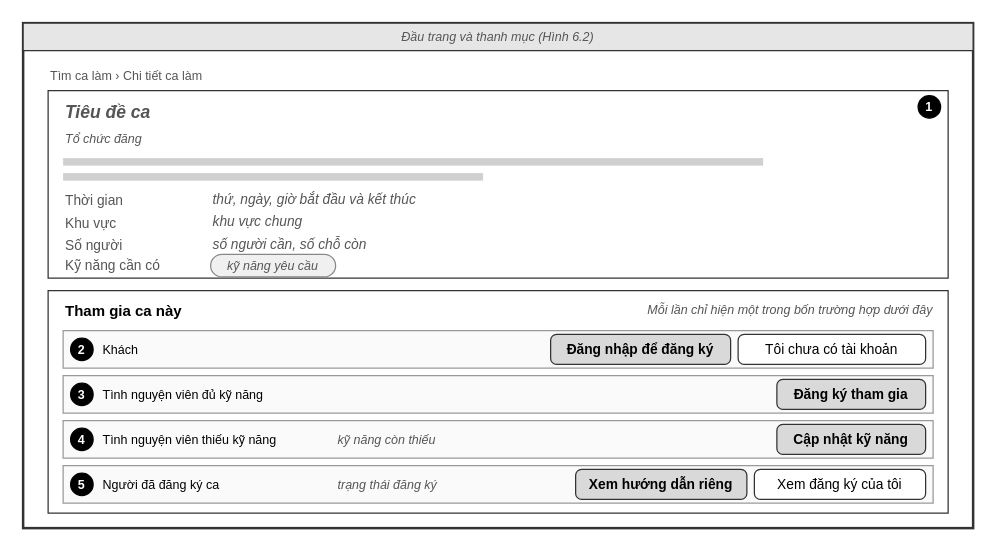
Above: docs/giao_dien/drawio/M03_Chi_tiet_ca_lam.drawio in kanishere55/OOSD_NenTangDieuPhoi_TNV (draw.io), before the change. Source tidied: cells renumbered, new cells numbered last; positions are measured from the earlier drawing's top-left corner, leaving out a move shared by most shapes. Both pictures are drawn from the tidied source at 125%, with x=0, y=0 at pixel (22, 22).
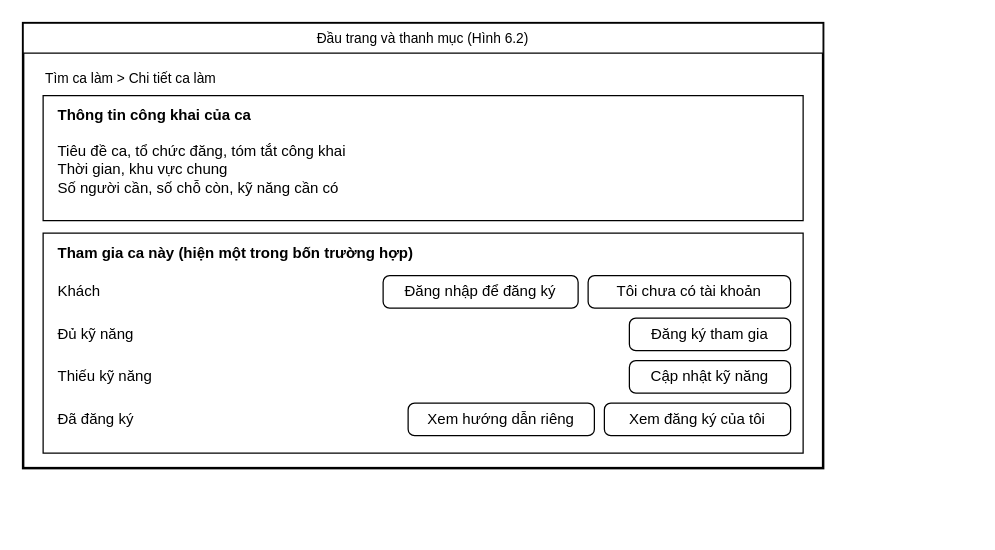
Above is the later version.

What changed in the source:
```diff
@@
-    <mxCell id="2" style="rounded=0;whiteSpace=wrap;html=1;fillColor=#ffffff;strokeColor=#333333;strokeWidth=2;" parent="1" vertex="1">
-      <mxGeometry width="760" height="404" as="geometry" />
+    <mxCell id="2" style="rounded=0;whiteSpace=wrap;html=1;fillColor=#ffffff;strokeColor=#000000;strokeWidth=2;" parent="1" vertex="1">
+      <mxGeometry width="640" height="356" as="geometry" />
     </mxCell>
-    <mxCell id="3" value="Đầu trang và thanh mục (Hình 6.2)" style="rounded=0;whiteSpace=wrap;html=1;fillColor=#e6e6e6;strokeColor=#333333;fontSize=10;fontStyle=2;fontColor=#555555;" parent="1" vertex="1">
-      <mxGeometry width="760" height="22" as="geometry" />
+    <mxCell id="3" value="Đầu trang và thanh mục (Hình 6.2)" style="rounded=0;whiteSpace=wrap;html=1;fillColor=#ffffff;strokeColor=#000000;fontColor=#000000;fontSize=11;align=center;" parent="1" vertex="1">
+      <mxGeometry width="640" height="24" as="geometry" />
     </mxCell>
-    <mxCell id="4" value="Tìm ca làm  ›  Chi tiết ca làm" style="text;html=1;strokeColor=none;fillColor=none;align=left;verticalAlign=middle;whiteSpace=wrap;rounded=0;fontSize=10;fontStyle=0;fontColor=#555555;" parent="1" vertex="1">
-      <mxGeometry x="20" y="34" width="500" height="16" as="geometry" />
+    <mxCell id="4" value="Tìm ca làm &gt; Chi tiết ca làm" style="text;html=1;strokeColor=none;fillColor=none;whiteSpace=wrap;verticalAlign=middle;fontColor=#000000;align=left;fontSize=11;fontStyle=0;" parent="1" vertex="1">
+      <mxGeometry x="16" y="34" width="400" height="20" as="geometry" />
     </mxCell>
-    <mxCell id="5" style="rounded=0;arcSize=8;whiteSpace=wrap;html=1;fillColor=#ffffff;strokeColor=#333333;" parent="1" vertex="1">
-      <mxGeometry x="20" y="54" width="720" height="150" as="geometry" />
+    <mxCell id="5" style="rounded=0;whiteSpace=wrap;html=1;fillColor=#ffffff;strokeColor=#000000;fontColor=#000000;fontSize=12;align=center;" parent="1" vertex="1">
+      <mxGeometry x="16" y="58" width="608" height="100" as="geometry" />
     </mxCell>
-    <mxCell id="6" value="1" style="ellipse;whiteSpace=wrap;html=1;fillColor=#000000;strokeColor=#000000;fontColor=#ffffff;fontSize=10;fontStyle=1;" parent="1" vertex="1">
-      <mxGeometry x="716" y="58" width="18" height="18" as="geometry" />
+    <mxCell id="6" value="Thông tin công khai của ca" style="text;html=1;strokeColor=none;fillColor=none;whiteSpace=wrap;verticalAlign=middle;fontColor=#000000;align=left;fontSize=12;fontStyle=1;" parent="1" vertex="1">
+      <mxGeometry x="26" y="64" width="400" height="20" as="geometry" />
     </mxCell>
-    <mxCell id="7" value="Tiêu đề ca" style="text;html=1;strokeColor=none;fillColor=none;align=left;verticalAlign=middle;whiteSpace=wrap;rounded=0;fontSize=14;fontStyle=3;fontColor=#555555;" parent="1" vertex="1">
-      <mxGeometry x="32" y="60" width="400" height="22" as="geometry" />
+    <mxCell id="7" value="Tiêu đề ca, tổ chức đăng, tóm tắt công khai&lt;br&gt;Thời gian, khu vực chung&lt;br&gt;Số người cần, số chỗ còn, kỹ năng cần có" style="text;html=1;strokeColor=none;fillColor=none;whiteSpace=wrap;verticalAlign=middle;fontColor=#000000;align=left;fontSize=12;fontStyle=0;" parent="1" vertex="1">
+      <mxGeometry x="26" y="86" width="580" height="62" as="geometry" />
     </mxCell>
-    <mxCell id="8" value="Tổ chức đăng" style="text;html=1;strokeColor=none;fillColor=none;align=left;verticalAlign=middle;whiteSpace=wrap;rounded=0;fontSize=10;fontStyle=2;fontColor=#555555;" parent="1" vertex="1">
-      <mxGeometry x="32" y="84" width="300" height="16" as="geometry" />
+    <mxCell id="8" style="rounded=0;whiteSpace=wrap;html=1;fillColor=#ffffff;strokeColor=#000000;fontColor=#000000;fontSize=12;align=center;" parent="1" vertex="1">
+      <mxGeometry x="16" y="168" width="608" height="176" as="geometry" />
     </mxCell>
-    <mxCell id="9" style="rounded=0;whiteSpace=wrap;html=1;fillColor=#d0d0d0;strokeColor=none;" parent="1" vertex="1">
-      <mxGeometry x="32" y="108" width="560" height="6" as="geometry" />
+    <mxCell id="9" value="Tham gia ca này (hiện một trong bốn trường hợp)" style="text;html=1;strokeColor=none;fillColor=none;whiteSpace=wrap;verticalAlign=middle;fontColor=#000000;align=left;fontSize=12;fontStyle=1;" parent="1" vertex="1">
+      <mxGeometry x="26" y="174" width="400" height="20" as="geometry" />
     </mxCell>
-    <mxCell id="10" style="rounded=0;whiteSpace=wrap;html=1;fillColor=#d0d0d0;strokeColor=none;" parent="1" vertex="1">
-      <mxGeometry x="32" y="120" width="336" height="6" as="geometry" />
+    <mxCell id="10" value="Khách" style="text;html=1;strokeColor=none;fillColor=none;whiteSpace=wrap;verticalAlign=middle;fontColor=#000000;align=left;fontSize=12;fontStyle=0;" parent="1" vertex="1">
+      <mxGeometry x="26" y="205" width="200" height="20" as="geometry" />
     </mxCell>
-    <mxCell id="11" value="Thời gian" style="text;html=1;strokeColor=none;fillColor=none;align=left;verticalAlign=middle;whiteSpace=wrap;rounded=0;fontSize=11;fontStyle=0;fontColor=#555555;" parent="1" vertex="1">
-      <mxGeometry x="32" y="132" width="110" height="19" as="geometry" />
+    <mxCell id="11" value="Tôi chưa có tài khoản" style="rounded=1;arcSize=20;whiteSpace=wrap;html=1;fillColor=#ffffff;strokeColor=#000000;fontColor=#000000;fontSize=12;" parent="1" vertex="1">
+      <mxGeometry x="452" y="202" width="162" height="26" as="geometry" />
     </mxCell>
-    <mxCell id="12" value="thứ, ngày, giờ bắt đầu và kết thúc" style="text;html=1;strokeColor=none;fillColor=none;align=left;verticalAlign=middle;whiteSpace=wrap;rounded=0;fontSize=11;fontStyle=2;fontColor=#555555;" parent="1" vertex="1">
-      <mxGeometry x="150" y="132" width="300" height="18" as="geometry" />
+    <mxCell id="12" value="Đăng nhập để đăng ký" style="rounded=1;arcSize=20;whiteSpace=wrap;html=1;fillColor=#ffffff;strokeColor=#000000;fontColor=#000000;fontSize=12;" parent="1" vertex="1">
+      <mxGeometry x="288" y="202" width="156" height="26" as="geometry" />
     </mxCell>
-    <mxCell id="13" value="Khu vực" style="text;html=1;strokeColor=none;fillColor=none;align=left;verticalAlign=middle;whiteSpace=wrap;rounded=0;fontSize=11;fontStyle=0;fontColor=#555555;" parent="1" vertex="1">
-      <mxGeometry x="32" y="150" width="110" height="19" as="geometry" />
+    <mxCell id="13" value="Đủ kỹ năng" style="text;html=1;strokeColor=none;fillColor=none;whiteSpace=wrap;verticalAlign=middle;fontColor=#000000;align=left;fontSize=12;fontStyle=0;" parent="1" vertex="1">
+      <mxGeometry x="26" y="239" width="200" height="20" as="geometry" />
     </mxCell>
-    <mxCell id="14" value="khu vực chung" style="text;html=1;strokeColor=none;fillColor=none;align=left;verticalAlign=middle;whiteSpace=wrap;rounded=0;fontSize=11;fontStyle=2;fontColor=#555555;" parent="1" vertex="1">
-      <mxGeometry x="150" y="150" width="300" height="18" as="geometry" />
+    <mxCell id="14" value="Đăng ký tham gia" style="rounded=1;arcSize=20;whiteSpace=wrap;html=1;fillColor=#ffffff;strokeColor=#000000;fontColor=#000000;fontSize=12;" parent="1" vertex="1">
+      <mxGeometry x="485" y="236" width="129" height="26" as="geometry" />
     </mxCell>
-    <mxCell id="15" value="Số người" style="text;html=1;strokeColor=none;fillColor=none;align=left;verticalAlign=middle;whiteSpace=wrap;rounded=0;fontSize=11;fontStyle=0;fontColor=#555555;" parent="1" vertex="1">
-      <mxGeometry x="32" y="168" width="110" height="19" as="geometry" />
+    <mxCell id="15" value="Thiếu kỹ năng" style="text;html=1;strokeColor=none;fillColor=none;whiteSpace=wrap;verticalAlign=middle;fontColor=#000000;align=left;fontSize=12;fontStyle=0;" parent="1" vertex="1">
+      <mxGeometry x="26" y="273" width="200" height="20" as="geometry" />
     </mxCell>
-    <mxCell id="16" value="số người cần, số chỗ còn" style="text;html=1;strokeColor=none;fillColor=none;align=left;verticalAlign=middle;whiteSpace=wrap;rounded=0;fontSize=11;fontStyle=2;fontColor=#555555;" parent="1" vertex="1">
-      <mxGeometry x="150" y="168" width="300" height="18" as="geometry" />
+    <mxCell id="16" value="Cập nhật kỹ năng" style="rounded=1;arcSize=20;whiteSpace=wrap;html=1;fillColor=#ffffff;strokeColor=#000000;fontColor=#000000;fontSize=12;" parent="1" vertex="1">
+      <mxGeometry x="485" y="270" width="129" height="26" as="geometry" />
     </mxCell>
-    <mxCell id="17" value="Kỹ năng cần có" style="text;html=1;strokeColor=none;fillColor=none;align=left;verticalAlign=middle;whiteSpace=wrap;rounded=0;fontSize=11;fontStyle=0;fontColor=#555555;" parent="1" vertex="1">
-      <mxGeometry x="32" y="186" width="110" height="16" as="geometry" />
+    <mxCell id="17" value="Đã đăng ký" style="text;html=1;strokeColor=none;fillColor=none;whiteSpace=wrap;verticalAlign=middle;fontColor=#000000;align=left;fontSize=12;fontStyle=0;" parent="1" vertex="1">
+      <mxGeometry x="26" y="307" width="200" height="20" as="geometry" />
     </mxCell>
-    <mxCell id="18" value="kỹ năng yêu cầu" style="rounded=1;arcSize=50;whiteSpace=wrap;html=1;fontSize=10;fontStyle=2;fontColor=#555555;fillColor=#f0f0f0;strokeColor=#888888;" parent="1" vertex="1">
-      <mxGeometry x="150" y="185" width="100" height="18" as="geometry" />
+    <mxCell id="18" value="Xem đăng ký của tôi" style="rounded=1;arcSize=20;whiteSpace=wrap;html=1;fillColor=#ffffff;strokeColor=#000000;fontColor=#000000;fontSize=12;" parent="1" vertex="1">
+      <mxGeometry x="465" y="304" width="149" height="26" as="geometry" />
     </mxCell>
-    <mxCell id="19" style="rounded=0;arcSize=8;whiteSpace=wrap;html=1;fillColor=#ffffff;strokeColor=#333333;" parent="1" vertex="1">
-      <mxGeometry x="20" y="214" width="720" height="178" as="geometry" />
+    <mxCell id="19" value="Xem hướng dẫn riêng" style="rounded=1;arcSize=20;whiteSpace=wrap;html=1;fillColor=#ffffff;strokeColor=#000000;fontColor=#000000;fontSize=12;" parent="1" vertex="1">
+      <mxGeometry x="308" y="304" width="149" height="26" as="geometry" />
     </mxCell>
-    <mxCell id="20" value="Tham gia ca này" style="text;html=1;strokeColor=none;fillColor=none;align=left;verticalAlign=middle;whiteSpace=wrap;rounded=0;fontSize=12;fontStyle=1;fontColor=#000000;" parent="1" vertex="1">
-      <mxGeometry x="32" y="220" width="300" height="21" as="geometry" />
-    </mxCell>
-    <mxCell id="21" value="Mỗi lần chỉ hiện một trong bốn trường hợp dưới đây" style="text;html=1;strokeColor=none;fillColor=none;align=right;verticalAlign=middle;whiteSpace=wrap;rounded=0;fontSize=10;fontStyle=2;fontColor=#555555;" parent="1" vertex="1">
-      <mxGeometry x="340" y="220" width="390" height="18" as="geometry" />
-    </mxCell>
-    <mxCell id="22" style="rounded=0;arcSize=8;whiteSpace=wrap;html=1;fillColor=#fafafa;strokeColor=#999999;" parent="1" vertex="1">
-      <mxGeometry x="32" y="246" width="696" height="30" as="geometry" />
-    </mxCell>
-    <mxCell id="23" value="2" style="ellipse;whiteSpace=wrap;html=1;fillColor=#000000;strokeColor=#000000;fontColor=#ffffff;fontSize=10;fontStyle=1;" parent="1" vertex="1">
-      <mxGeometry x="38" y="252" width="18" height="18" as="geometry" />
-    </mxCell>
-    <mxCell id="24" value="Khách" style="text;html=1;strokeColor=none;fillColor=none;align=left;verticalAlign=middle;whiteSpace=wrap;rounded=0;fontSize=10;fontStyle=0;fontColor=#000000;" parent="1" vertex="1">
-      <mxGeometry x="62" y="252" width="190" height="18" as="geometry" />
-    </mxCell>
-    <mxCell id="25" value="Tôi chưa có tài khoản" style="rounded=1;arcSize=20;whiteSpace=wrap;html=1;fontSize=11;strokeColor=#333333;fillColor=#ffffff;" parent="1" vertex="1">
-      <mxGeometry x="572" y="249" width="150" height="24" as="geometry" />
-    </mxCell>
-    <mxCell id="26" value="Đăng nhập để đăng ký" style="rounded=1;arcSize=20;whiteSpace=wrap;html=1;fontSize=11;strokeColor=#333333;fillColor=#d9d9d9;fontStyle=1;" parent="1" vertex="1">
-      <mxGeometry x="422" y="249" width="144" height="24" as="geometry" />
-    </mxCell>
-    <mxCell id="27" style="rounded=0;arcSize=8;whiteSpace=wrap;html=1;fillColor=#fafafa;strokeColor=#999999;" parent="1" vertex="1">
-      <mxGeometry x="32" y="282" width="696" height="30" as="geometry" />
-    </mxCell>
-    <mxCell id="28" value="3" style="ellipse;whiteSpace=wrap;html=1;fillColor=#000000;strokeColor=#000000;fontColor=#ffffff;fontSize=10;fontStyle=1;" parent="1" vertex="1">
-      <mxGeometry x="38" y="288" width="18" height="18" as="geometry" />
-    </mxCell>
-    <mxCell id="29" value="Tình nguyện viên đủ kỹ năng" style="text;html=1;strokeColor=none;fillColor=none;align=left;verticalAlign=middle;whiteSpace=wrap;rounded=0;fontSize=10;fontStyle=0;fontColor=#000000;" parent="1" vertex="1">
-      <mxGeometry x="62" y="288" width="190" height="18" as="geometry" />
-    </mxCell>
-    <mxCell id="30" value="Đăng ký tham gia" style="rounded=1;arcSize=20;whiteSpace=wrap;html=1;fontSize=11;strokeColor=#333333;fillColor=#d9d9d9;fontStyle=1;" parent="1" vertex="1">
-      <mxGeometry x="603" y="285" width="119" height="24" as="geometry" />
-    </mxCell>
-    <mxCell id="31" style="rounded=0;arcSize=8;whiteSpace=wrap;html=1;fillColor=#fafafa;strokeColor=#999999;" parent="1" vertex="1">
-      <mxGeometry x="32" y="318" width="696" height="30" as="geometry" />
-    </mxCell>
-    <mxCell id="32" value="4" style="ellipse;whiteSpace=wrap;html=1;fillColor=#000000;strokeColor=#000000;fontColor=#ffffff;fontSize=10;fontStyle=1;" parent="1" vertex="1">
-      <mxGeometry x="38" y="324" width="18" height="18" as="geometry" />
-    </mxCell>
-    <mxCell id="33" value="Tình nguyện viên thiếu kỹ năng" style="text;html=1;strokeColor=none;fillColor=none;align=left;verticalAlign=middle;whiteSpace=wrap;rounded=0;fontSize=10;fontStyle=0;fontColor=#000000;" parent="1" vertex="1">
-      <mxGeometry x="62" y="324" width="190" height="18" as="geometry" />
-    </mxCell>
-    <mxCell id="34" value="kỹ năng còn thiếu" style="text;html=1;strokeColor=none;fillColor=none;align=left;verticalAlign=middle;whiteSpace=wrap;rounded=0;fontSize=10;fontStyle=2;fontColor=#555555;" parent="1" vertex="1">
-      <mxGeometry x="250" y="324" width="140" height="18" as="geometry" />
-    </mxCell>
-    <mxCell id="35" value="Cập nhật kỹ năng" style="rounded=1;arcSize=20;whiteSpace=wrap;html=1;fontSize=11;strokeColor=#333333;fillColor=#d9d9d9;fontStyle=1;" parent="1" vertex="1">
-      <mxGeometry x="603" y="321" width="119" height="24" as="geometry" />
-    </mxCell>
-    <mxCell id="36" style="rounded=0;arcSize=8;whiteSpace=wrap;html=1;fillColor=#fafafa;strokeColor=#999999;" parent="1" vertex="1">
-      <mxGeometry x="32" y="354" width="696" height="30" as="geometry" />
-    </mxCell>
-    <mxCell id="37" value="5" style="ellipse;whiteSpace=wrap;html=1;fillColor=#000000;strokeColor=#000000;fontColor=#ffffff;fontSize=10;fontStyle=1;" parent="1" vertex="1">
-      <mxGeometry x="38" y="360" width="18" height="18" as="geometry" />
-    </mxCell>
-    <mxCell id="38" value="Người đã đăng ký ca" style="text;html=1;strokeColor=none;fillColor=none;align=left;verticalAlign=middle;whiteSpace=wrap;rounded=0;fontSize=10;fontStyle=0;fontColor=#000000;" parent="1" vertex="1">
-      <mxGeometry x="62" y="360" width="190" height="18" as="geometry" />
-    </mxCell>
-    <mxCell id="39" value="trạng thái đăng ký" style="text;html=1;strokeColor=none;fillColor=none;align=left;verticalAlign=middle;whiteSpace=wrap;rounded=0;fontSize=10;fontStyle=2;fontColor=#555555;" parent="1" vertex="1">
-      <mxGeometry x="250" y="360" width="140" height="18" as="geometry" />
-    </mxCell>
-    <mxCell id="40" value="Xem đăng ký của tôi" style="rounded=1;arcSize=20;whiteSpace=wrap;html=1;fontSize=11;strokeColor=#333333;fillColor=#ffffff;" parent="1" vertex="1">
-      <mxGeometry x="585" y="357" width="137" height="24" as="geometry" />
-    </mxCell>
-    <mxCell id="41" value="Xem hướng dẫn riêng" style="rounded=1;arcSize=20;whiteSpace=wrap;html=1;fontSize=11;strokeColor=#333333;fillColor=#d9d9d9;fontStyle=1;" parent="1" vertex="1">
-      <mxGeometry x="442" y="357" width="137" height="24" as="geometry" />
-    </mxCell>
```
